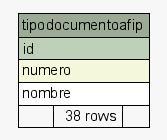
Earlier version of the Graphviz export postgresql/schemaSpy/salida/diagrams/summary/tipodocumentoafip.1degree.png (diegopablomansilla/massoftware_front). Its source is kept beside it as postgresql/schemaSpy/salida/diagrams/summary/tipodocumentoafip.1degree.dot.
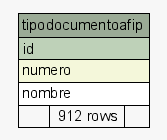
After the change.

The edit, as a diff of the source:
```diff
@@ -22,7 +22,7 @@
       <TR><TD PORT="id" COLSPAN="3" BGCOLOR="#bed1b8" ALIGN="LEFT">id</TD></TR>
       <TR><TD PORT="numero" COLSPAN="3" BGCOLOR="#f4f7da" ALIGN="LEFT">numero</TD></TR>
       <TR><TD PORT="nombre" COLSPAN="3" ALIGN="LEFT">nombre</TD></TR>
-      <TR><TD ALIGN="LEFT" BGCOLOR="#f7f7f7">  </TD><TD ALIGN="RIGHT" BGCOLOR="#f7f7f7">38 rows</TD><TD ALIGN="RIGHT" BGCOLOR="#f7f7f7">  </TD></TR>
+      <TR><TD ALIGN="LEFT" BGCOLOR="#f7f7f7">  </TD><TD ALIGN="RIGHT" BGCOLOR="#f7f7f7">912 rows</TD><TD ALIGN="RIGHT" BGCOLOR="#f7f7f7">  </TD></TR>
     </TABLE>>
     URL="tables/tipodocumentoafip.html"
     tooltip="tipodocumentoafip"
```
